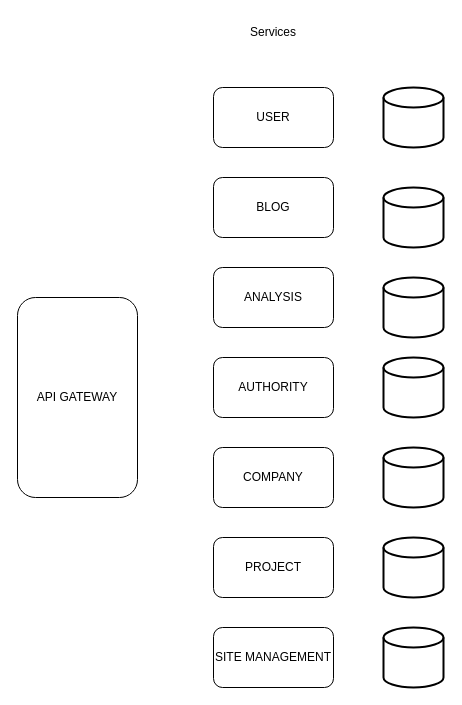
Above: Videa Modernization.drawio in pawntoqueen/videa-modernization (draw.io), before the change. Source tidied: cells renumbered, new cells numbered last; positions are measured from the earlier drawing's top-left corner, leaving out a move shared by most shapes. Both pictures are drawn from the tidied source at 100%, with x=0, y=0 at pixel (17, 17).
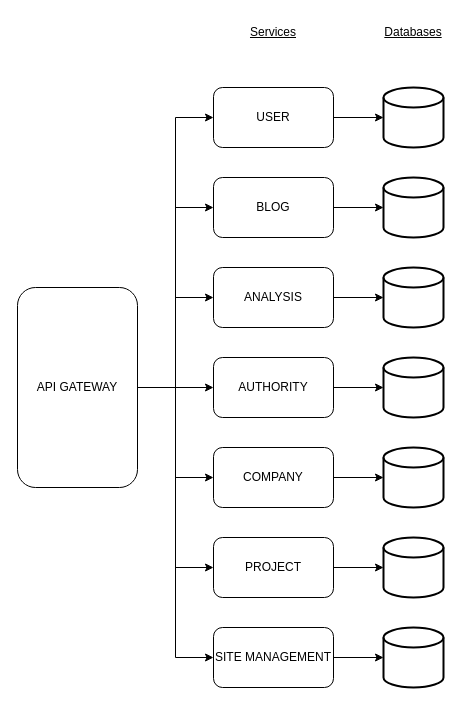
The same page after the edit.

Unchanged cells that the change refers to:
```xml
<mxCell id="3" value="USER" style="rounded=1;whiteSpace=wrap;html=1;" parent="1" vertex="1">
  <mxGeometry x="196" y="70" width="120" height="60" as="geometry" />
</mxCell>
<mxCell id="5" value="BLOG" style="rounded=1;whiteSpace=wrap;html=1;" parent="1" vertex="1">
  <mxGeometry x="196" y="160" width="120" height="60" as="geometry" />
</mxCell>
<mxCell id="6" value="ANALYSIS" style="rounded=1;whiteSpace=wrap;html=1;" parent="1" vertex="1">
  <mxGeometry x="196" y="250" width="120" height="60" as="geometry" />
</mxCell>
<mxCell id="7" value="AUTHORITY" style="rounded=1;whiteSpace=wrap;html=1;" parent="1" vertex="1">
  <mxGeometry x="196" y="340" width="120" height="60" as="geometry" />
</mxCell>
<mxCell id="8" value="COMPANY" style="rounded=1;whiteSpace=wrap;html=1;" parent="1" vertex="1">
  <mxGeometry x="196" y="430" width="120" height="60" as="geometry" />
</mxCell>
<mxCell id="9" value="PROJECT" style="rounded=1;whiteSpace=wrap;html=1;" parent="1" vertex="1">
  <mxGeometry x="196" y="520" width="120" height="60" as="geometry" />
</mxCell>
<mxCell id="10" value="SITE MANAGEMENT" style="rounded=1;whiteSpace=wrap;html=1;" parent="1" vertex="1">
  <mxGeometry x="196" y="610" width="120" height="60" as="geometry" />
</mxCell>
<mxCell id="12" style="strokeWidth=2;html=1;shape=mxgraph.flowchart.database;whiteSpace=wrap;" parent="1" vertex="1">
  <mxGeometry x="366" y="70" width="60" height="60" as="geometry" />
</mxCell>
<mxCell id="14" style="strokeWidth=2;html=1;shape=mxgraph.flowchart.database;whiteSpace=wrap;" parent="1" vertex="1">
  <mxGeometry x="366" y="340" width="60" height="60" as="geometry" />
</mxCell>
<mxCell id="15" style="strokeWidth=2;html=1;shape=mxgraph.flowchart.database;whiteSpace=wrap;" parent="1" vertex="1">
  <mxGeometry x="366" y="430" width="60" height="60" as="geometry" />
</mxCell>
<mxCell id="16" style="strokeWidth=2;html=1;shape=mxgraph.flowchart.database;whiteSpace=wrap;" parent="1" vertex="1">
  <mxGeometry x="366" y="520" width="60" height="60" as="geometry" />
</mxCell>
<mxCell id="17" style="strokeWidth=2;html=1;shape=mxgraph.flowchart.database;whiteSpace=wrap;" parent="1" vertex="1">
  <mxGeometry x="366" y="610" width="60" height="60" as="geometry" />
</mxCell>
```

The edit, as a diff of the source:
```diff
@@
+    <mxCell id="18" style="edgeStyle=orthogonalEdgeStyle;rounded=0;jettySize=auto;html=1;entryX=0;entryY=0.5;entryDx=0;entryDy=0;" parent="1" edge="1" source="2" target="3">
+      <mxGeometry relative="1" as="geometry" />
+    </mxCell>
+    <mxCell id="19" style="edgeStyle=orthogonalEdgeStyle;rounded=0;jettySize=auto;html=1;entryX=0;entryY=0.5;entryDx=0;entryDy=0;" parent="1" edge="1" source="2" target="5">
+      <mxGeometry relative="1" as="geometry" />
+    </mxCell>
+    <mxCell id="20" style="edgeStyle=orthogonalEdgeStyle;rounded=0;jettySize=auto;html=1;entryX=0;entryY=0.5;entryDx=0;entryDy=0;" parent="1" edge="1" source="2" target="6">
+      <mxGeometry relative="1" as="geometry" />
+    </mxCell>
+    <mxCell id="21" style="edgeStyle=orthogonalEdgeStyle;rounded=0;jettySize=auto;html=1;entryX=0;entryY=0.5;entryDx=0;entryDy=0;" parent="1" edge="1" source="2" target="7">
+      <mxGeometry relative="1" as="geometry" />
+    </mxCell>
+    <mxCell id="22" style="edgeStyle=orthogonalEdgeStyle;rounded=0;jettySize=auto;html=1;entryX=0;entryY=0.5;entryDx=0;entryDy=0;" parent="1" edge="1" source="2" target="8">
+      <mxGeometry relative="1" as="geometry" />
+    </mxCell>
+    <mxCell id="23" style="edgeStyle=orthogonalEdgeStyle;rounded=0;jettySize=auto;html=1;entryX=0;entryY=0.5;entryDx=0;entryDy=0;" parent="1" edge="1" source="2" target="9">
+      <mxGeometry relative="1" as="geometry" />
+    </mxCell>
+    <mxCell id="24" style="edgeStyle=orthogonalEdgeStyle;rounded=0;jettySize=auto;html=1;entryX=0;entryY=0.5;entryDx=0;entryDy=0;" parent="1" edge="1" source="2" target="10">
+      <mxGeometry relative="1" as="geometry" />
+    </mxCell>
     <mxCell id="2" value="API GATEWAY" style="rounded=1;whiteSpace=wrap;html=1;" parent="1" vertex="1">
-      <mxGeometry y="280" width="120" height="200" as="geometry" />
+      <mxGeometry y="270" width="120" height="200" as="geometry" />
     </mxCell>
+    <mxCell id="25" style="edgeStyle=orthogonalEdgeStyle;rounded=0;jettySize=auto;html=1;" parent="1" edge="1" source="3" target="12">
+      <mxGeometry relative="1" as="geometry" />
+    </mxCell>
@@
-    <mxCell id="4" value="Services" style="text;html=1;align=center;verticalAlign=middle;whiteSpace=wrap;rounded=0;" parent="1" vertex="1">
+    <mxCell id="4" value="Services" style="text;html=1;align=center;verticalAlign=middle;whiteSpace=wrap;rounded=0;fontStyle=4;" parent="1" vertex="1">
       <mxGeometry x="226" width="60" height="30" as="geometry" />
     </mxCell>
+    <mxCell id="26" style="edgeStyle=orthogonalEdgeStyle;rounded=0;jettySize=auto;html=1;" parent="1" edge="1" source="5" target="11">
+      <mxGeometry relative="1" as="geometry" />
+    </mxCell>
@@
+    <mxCell id="27" style="edgeStyle=orthogonalEdgeStyle;rounded=0;jettySize=auto;html=1;" parent="1" edge="1" source="6" target="13">
+      <mxGeometry relative="1" as="geometry" />
+    </mxCell>
@@
+    <mxCell id="28" style="edgeStyle=orthogonalEdgeStyle;rounded=0;jettySize=auto;html=1;" parent="1" edge="1" source="7" target="14">
+      <mxGeometry relative="1" as="geometry" />
+    </mxCell>
@@
+    <mxCell id="29" style="edgeStyle=orthogonalEdgeStyle;rounded=0;jettySize=auto;html=1;" parent="1" edge="1" source="8" target="15">
+      <mxGeometry relative="1" as="geometry" />
+    </mxCell>
@@
+    <mxCell id="30" style="edgeStyle=orthogonalEdgeStyle;rounded=0;jettySize=auto;html=1;" parent="1" edge="1" source="9" target="16">
+      <mxGeometry relative="1" as="geometry" />
+    </mxCell>
@@
+    <mxCell id="31" style="edgeStyle=orthogonalEdgeStyle;rounded=0;jettySize=auto;html=1;" parent="1" edge="1" source="10" target="17">
+      <mxGeometry relative="1" as="geometry" />
+    </mxCell>
@@
     <mxCell id="11" style="strokeWidth=2;html=1;shape=mxgraph.flowchart.database;whiteSpace=wrap;" parent="1" vertex="1">
-      <mxGeometry x="366" y="170" width="60" height="60" as="geometry" />
+      <mxGeometry x="366" y="160" width="60" height="60" as="geometry" />
     </mxCell>
@@
     <mxCell id="13" style="strokeWidth=2;html=1;shape=mxgraph.flowchart.database;whiteSpace=wrap;" parent="1" vertex="1">
-      <mxGeometry x="366" y="260" width="60" height="60" as="geometry" />
+      <mxGeometry x="366" y="250" width="60" height="60" as="geometry" />
     </mxCell>
@@
+    <mxCell id="32" value="Databases" style="text;html=1;align=center;verticalAlign=middle;whiteSpace=wrap;rounded=0;fontStyle=4;" parent="1" vertex="1">
+      <mxGeometry x="366" width="60" height="30" as="geometry" />
+    </mxCell>
```
